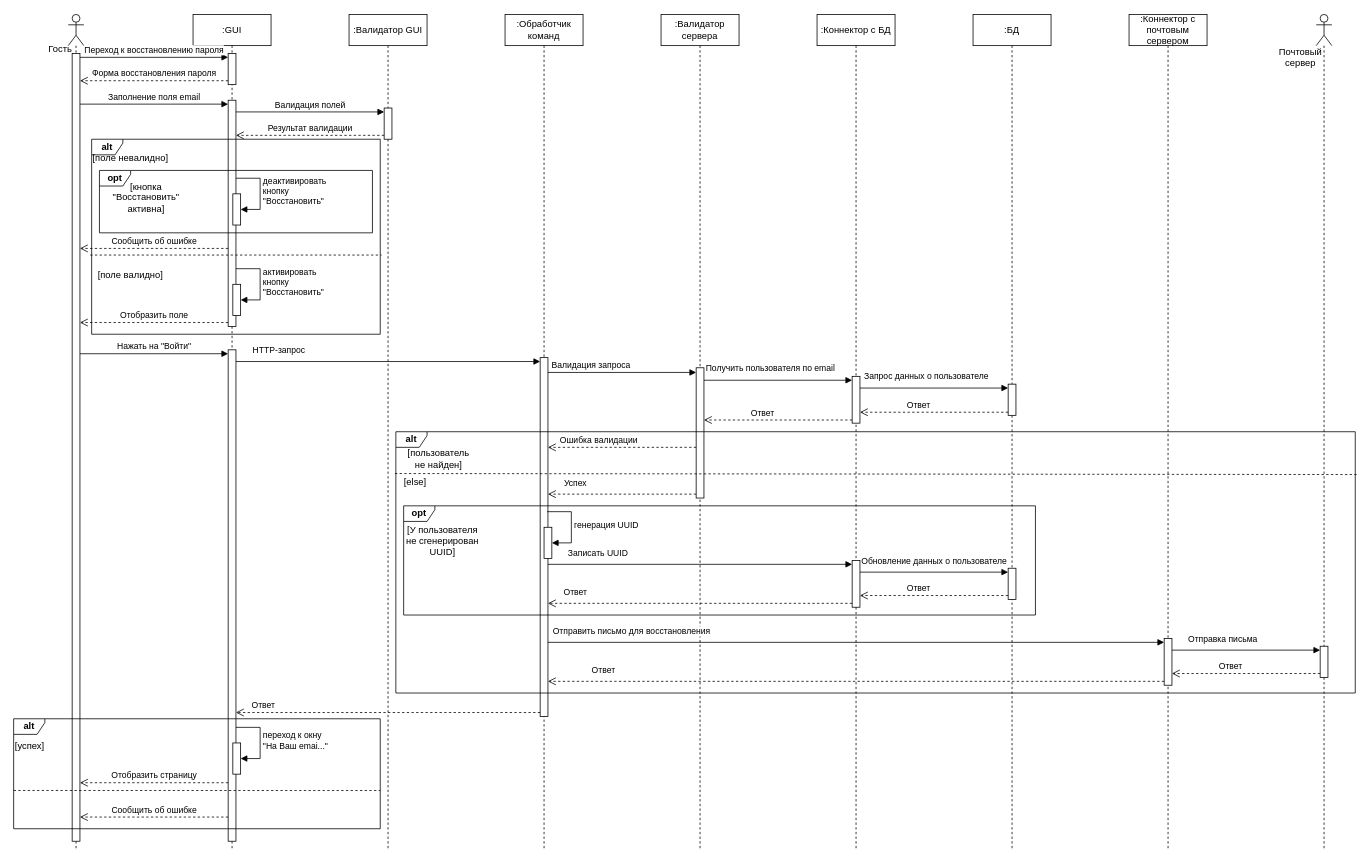
aVorotnikov/micro_design keeps this draw.io diagram as task3/raw/password_recovering.drawio. Above is the earlier version. Source tidied: cells renumbered, new cells numbered last; positions are measured from the earlier drawing's top-left corner, leaving out a move shared by most shapes. Both pictures are drawn from the tidied source at 78%, with x=0, y=0 at pixel (13, 14).
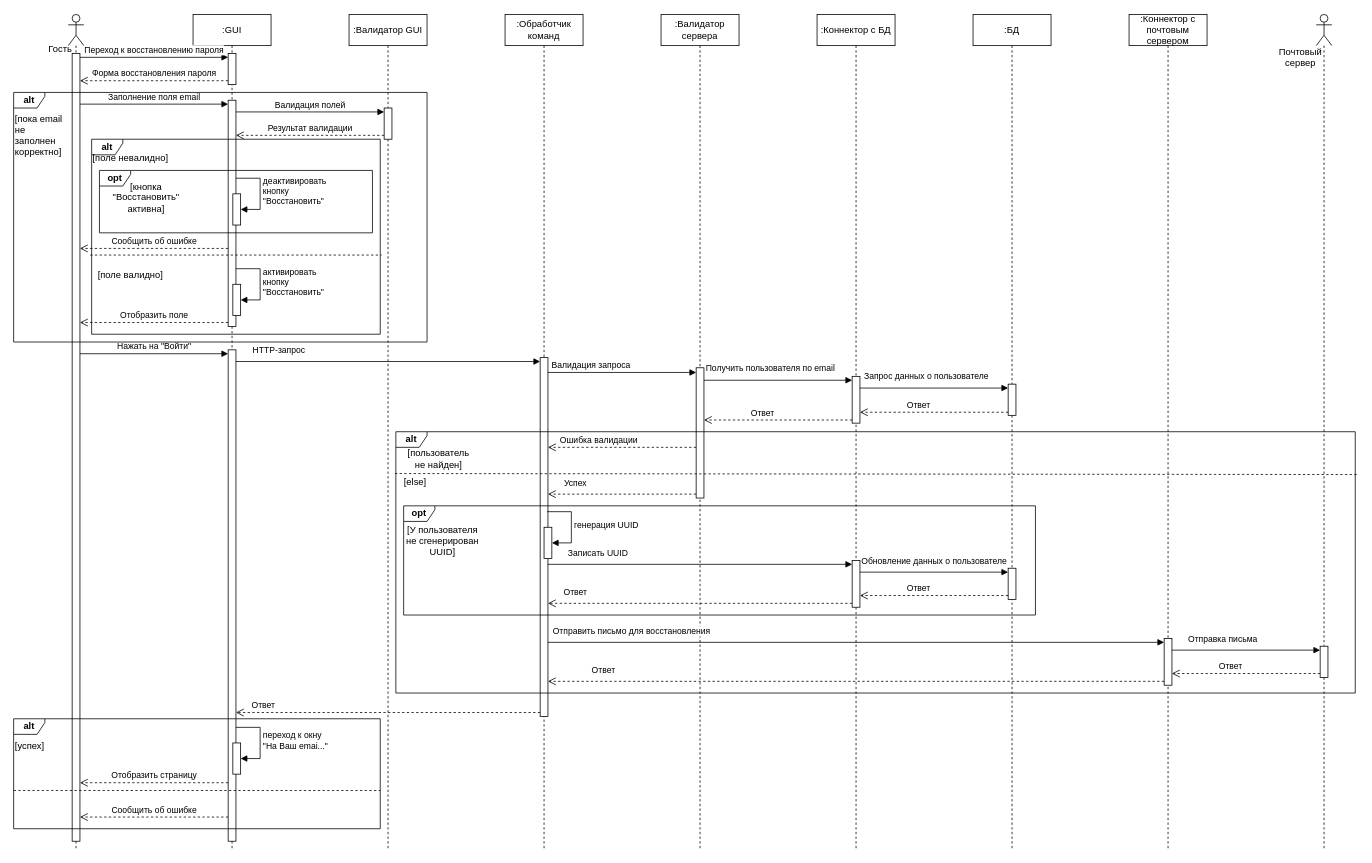
The same page after the edit.

Change to the diagram source:
```diff
@@
+    <mxCell id="76" value="&lt;span style=&quot;color: rgb(0, 0, 0); font-family: Helvetica; font-size: 12px; font-style: normal; font-variant-ligatures: normal; font-variant-caps: normal; font-weight: 400; letter-spacing: normal; orphans: 2; text-align: center; text-indent: 0px; text-transform: none; widows: 2; word-spacing: 0px; -webkit-text-stroke-width: 0px; background-color: rgb(251, 251, 251); text-decoration-thickness: initial; text-decoration-style: initial; text-decoration-color: initial; float: none; display: inline !important;&quot;&gt;[пока email не заполнен корректно]&lt;/span&gt;" style="text;whiteSpace=wrap;html=1;" parent="1" vertex="1">
+      <mxGeometry y="120" width="70" height="40" as="geometry" />
+    </mxCell>
+    <mxCell id="77" value="&lt;b&gt;alt&lt;/b&gt;" style="shape=umlFrame;whiteSpace=wrap;html=1;width=40;height=20;" parent="1" vertex="1">
+      <mxGeometry y="100" width="530" height="320" as="geometry" />
+    </mxCell>
```
